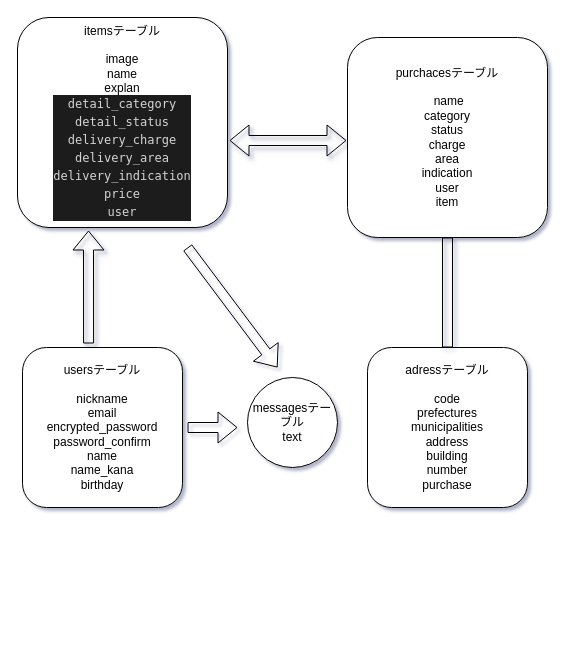
This is ER.dio from pochi13/furima-36385, a draw.io file, before an edit. Source tidied: cells renumbered, new cells numbered last; positions are measured from the earlier drawing's top-left corner, leaving out a move shared by most shapes. Both pictures are drawn from the tidied source at 100%, with x=0, y=0 at pixel (17, 17).
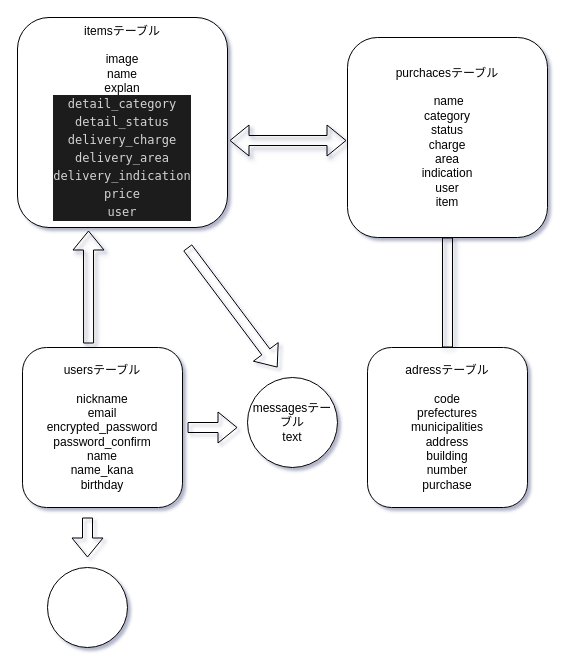
After the change.

Change to the diagram source:
```diff
@@
+    <mxCell id="13" style="ellipse;whiteSpace=wrap;html=1;rounded=0;sketch=0;" parent="1" vertex="1">
+      <mxGeometry x="30" y="550" width="80" height="80" as="geometry" />
+    </mxCell>
+    <mxCell id="14" style="shape=flexArrow;endArrow=classic;html=1;" parent="1" edge="1">
+      <mxGeometry relative="1" as="geometry">
+        <mxPoint x="70" y="500" as="sourcePoint" />
+        <mxPoint x="70" y="540" as="targetPoint" />
+      </mxGeometry>
+    </mxCell>
```
